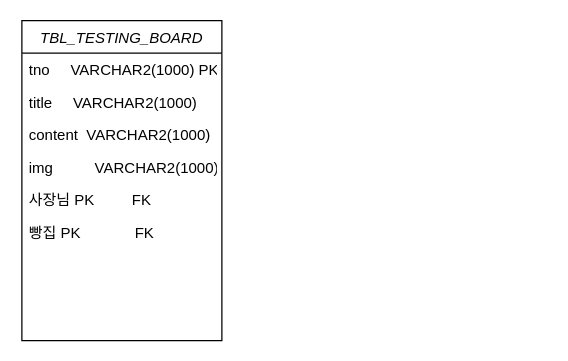
Earlier version of the draw.io diagram Untitled Diagram.drawio (yeahdy/pangyapangya). Source tidied: cells renumbered, new cells numbered last; positions are measured from the earlier drawing's top-left corner, leaving out a move shared by most shapes. Both pictures are drawn from the tidied source at 125%, with x=0, y=0 at pixel (21, 20).
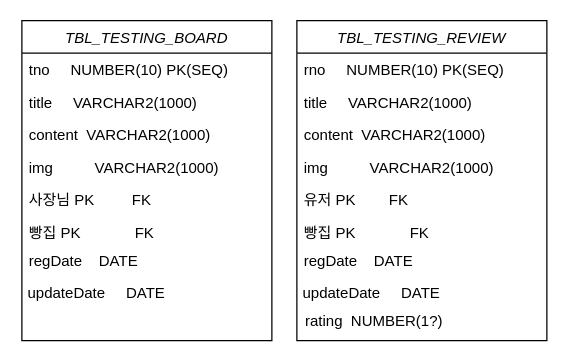
After the change.

Diff of the diagram source:
```diff
@@
     <mxCell id="2" value="TBL_TESTING_BOARD" style="swimlane;fontStyle=2;align=center;verticalAlign=top;horizontal=1;startSize=26;rounded=0;shadow=0;strokeWidth=1;" parent="1" vertex="1">
-      <mxGeometry width="160" height="256" as="geometry" />
+      <mxGeometry width="200" height="256" as="geometry" />
     </mxCell>
-    <mxCell id="3" value="tno     VARCHAR2(1000) PK" style="text;align=left;verticalAlign=top;spacingLeft=4;spacingRight=4;overflow=hidden;" parent="2" vertex="1">
-      <mxGeometry y="26" width="160" height="26" as="geometry" />
+    <mxCell id="3" value="tno     NUMBER(10) PK(SEQ)" style="text;align=left;verticalAlign=top;spacingLeft=4;spacingRight=4;overflow=hidden;" parent="2" vertex="1">
+      <mxGeometry y="26" width="200" height="26" as="geometry" />
     </mxCell>
     <mxCell id="4" value="title     VARCHAR2(1000)" style="text;align=left;verticalAlign=top;spacingLeft=4;spacingRight=4;overflow=hidden;" parent="2" vertex="1">
-      <mxGeometry y="52" width="160" height="26" as="geometry" />
+      <mxGeometry y="52" width="200" height="26" as="geometry" />
     </mxCell>
     <mxCell id="5" value="content  VARCHAR2(1000)" style="text;align=left;verticalAlign=top;spacingLeft=4;spacingRight=4;overflow=hidden;rounded=0;shadow=0;html=0;" parent="2" vertex="1">
-      <mxGeometry y="78" width="160" height="26" as="geometry" />
+      <mxGeometry y="78" width="200" height="26" as="geometry" />
     </mxCell>
     <mxCell id="6" value="img          VARCHAR2(1000)" style="text;align=left;verticalAlign=top;spacingLeft=4;spacingRight=4;overflow=hidden;rounded=0;shadow=0;html=0;" parent="2" vertex="1">
-      <mxGeometry y="104" width="160" height="26" as="geometry" />
+      <mxGeometry y="104" width="200" height="26" as="geometry" />
     </mxCell>
     <mxCell id="7" value="사장님 PK         FK" style="text;align=left;verticalAlign=top;spacingLeft=4;spacingRight=4;overflow=hidden;" parent="2" vertex="1">
-      <mxGeometry y="130" width="160" height="26" as="geometry" />
+      <mxGeometry y="130" width="200" height="26" as="geometry" />
     </mxCell>
     <mxCell id="8" value="빵집 PK             FK" style="text;align=left;verticalAlign=top;spacingLeft=4;spacingRight=4;overflow=hidden;rounded=0;shadow=0;html=0;" parent="2" vertex="1">
-      <mxGeometry y="156" width="160" height="26" as="geometry" />
+      <mxGeometry y="156" width="200" height="26" as="geometry" />
     </mxCell>
+    <mxCell id="9" value="regDate    DATE" style="text;align=left;verticalAlign=top;spacingLeft=4;spacingRight=4;overflow=hidden;rounded=0;shadow=0;html=0;" parent="1" vertex="1">
+      <mxGeometry y="179" width="160" height="26" as="geometry" />
+    </mxCell>
+    <mxCell id="10" value="updateDate     DATE" style="text;align=left;verticalAlign=top;spacingLeft=4;spacingRight=4;overflow=hidden;rounded=0;shadow=0;html=0;" parent="1" vertex="1">
+      <mxGeometry x="-1" y="204" width="160" height="26" as="geometry" />
+    </mxCell>
+    <mxCell id="11" value="TBL_TESTING_REVIEW" style="swimlane;fontStyle=2;align=center;verticalAlign=top;horizontal=1;startSize=26;rounded=0;shadow=0;strokeWidth=1;" parent="1" vertex="1">
+      <mxGeometry x="220" width="200" height="256" as="geometry" />
+    </mxCell>
+    <mxCell id="12" value="rno     NUMBER(10) PK(SEQ)" style="text;align=left;verticalAlign=top;spacingLeft=4;spacingRight=4;overflow=hidden;" parent="11" vertex="1">
+      <mxGeometry y="26" width="200" height="26" as="geometry" />
+    </mxCell>
+    <mxCell id="13" value="title     VARCHAR2(1000)" style="text;align=left;verticalAlign=top;spacingLeft=4;spacingRight=4;overflow=hidden;" parent="11" vertex="1">
+      <mxGeometry y="52" width="200" height="26" as="geometry" />
+    </mxCell>
+    <mxCell id="14" value="content  VARCHAR2(1000)" style="text;align=left;verticalAlign=top;spacingLeft=4;spacingRight=4;overflow=hidden;rounded=0;shadow=0;html=0;" parent="11" vertex="1">
+      <mxGeometry y="78" width="200" height="26" as="geometry" />
+    </mxCell>
+    <mxCell id="15" value="img          VARCHAR2(1000)" style="text;align=left;verticalAlign=top;spacingLeft=4;spacingRight=4;overflow=hidden;rounded=0;shadow=0;html=0;" parent="11" vertex="1">
+      <mxGeometry y="104" width="200" height="26" as="geometry" />
+    </mxCell>
+    <mxCell id="16" value="유저 PK        FK" style="text;align=left;verticalAlign=top;spacingLeft=4;spacingRight=4;overflow=hidden;" parent="11" vertex="1">
+      <mxGeometry y="130" width="200" height="26" as="geometry" />
+    </mxCell>
+    <mxCell id="17" value="빵집 PK             FK" style="text;align=left;verticalAlign=top;spacingLeft=4;spacingRight=4;overflow=hidden;rounded=0;shadow=0;html=0;" parent="11" vertex="1">
+      <mxGeometry y="156" width="200" height="26" as="geometry" />
+    </mxCell>
+    <mxCell id="18" value="regDate    DATE" style="text;align=left;verticalAlign=top;spacingLeft=4;spacingRight=4;overflow=hidden;rounded=0;shadow=0;html=0;" parent="1" vertex="1">
+      <mxGeometry x="220" y="179" width="160" height="26" as="geometry" />
+    </mxCell>
+    <mxCell id="19" value="updateDate     DATE" style="text;align=left;verticalAlign=top;spacingLeft=4;spacingRight=4;overflow=hidden;rounded=0;shadow=0;html=0;" parent="1" vertex="1">
+      <mxGeometry x="219" y="204" width="160" height="26" as="geometry" />
+    </mxCell>
+    <mxCell id="20" value="rating  NUMBER(1?)" style="text;align=left;verticalAlign=top;spacingLeft=4;spacingRight=4;overflow=hidden;rounded=0;shadow=0;html=0;" parent="1" vertex="1">
+      <mxGeometry x="221" y="227" width="160" height="26" as="geometry" />
+    </mxCell>
```
